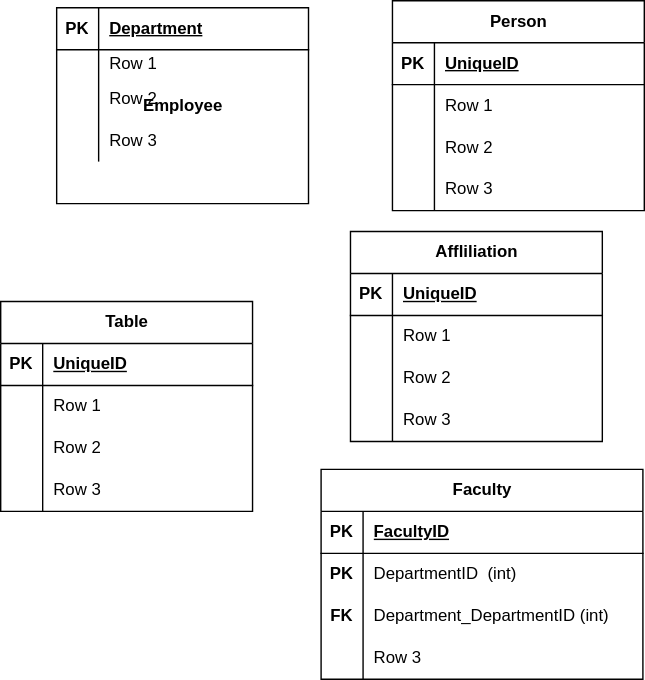
Above: Untitled Diagram.drawio.svg in Priscile2/Diagrams (draw.io), before the change. Source tidied: cells renumbered, new cells last; positions are measured from the earlier drawing's top-left corner, leaving out a move shared by most shapes. The source it was exported from:
```xml
<mxGraphModel>
  <root>
    <mxCell id="0" />
    <mxCell id="1" parent="0" />
    <mxCell id="2" value="Employee" style="shape=table;startSize=0;rowLines=0;fontStyle=1;align=center;html=1;" parent="1" vertex="1">
      <mxGeometry x="40" y="5" width="180" height="140" as="geometry" />
    </mxCell>
    <mxCell id="3" style="shape=tableRow;horizontal=0;startSize=0;swimlaneHead=0;swimlaneBody=0;fillColor=none;top=0;left=0;right=0;bottom=1;" parent="2" vertex="1">
      <mxGeometry width="180" height="30" as="geometry" />
    </mxCell>
    <mxCell id="4" value="PK" style="shape=partialRectangle;fillColor=none;top=0;left=0;bottom=0;right=0;fontStyle=1;overflow=hidden;whiteSpace=wrap;html=1;" parent="3" vertex="1">
      <mxGeometry width="30" height="30" as="geometry" />
    </mxCell>
    <mxCell id="5" value="Department" style="shape=partialRectangle;fillColor=none;top=0;left=0;bottom=0;right=0;align=left;spacingLeft=6;fontStyle=5;overflow=hidden;whiteSpace=wrap;html=1;" parent="3" vertex="1">
      <mxGeometry x="30" width="150" height="30" as="geometry" />
    </mxCell>
    <mxCell id="6" style="shape=tableRow;horizontal=0;startSize=0;swimlaneHead=0;swimlaneBody=0;fillColor=none;top=0;left=0;right=0;bottom=0;" parent="2" vertex="1">
      <mxGeometry y="30" width="180" height="20" as="geometry" />
    </mxCell>
    <mxCell id="7" style="shape=partialRectangle;fillColor=none;top=0;left=0;bottom=0;right=0;overflow=hidden;whiteSpace=wrap;html=1;" parent="6" vertex="1">
      <mxGeometry width="30" height="20" as="geometry" />
    </mxCell>
    <mxCell id="8" value="Row 1" style="shape=partialRectangle;fillColor=none;top=0;left=0;bottom=0;right=0;align=left;spacingLeft=6;overflow=hidden;whiteSpace=wrap;html=1;" parent="6" vertex="1">
      <mxGeometry x="30" width="150" height="20" as="geometry" />
    </mxCell>
    <mxCell id="9" style="shape=tableRow;horizontal=0;startSize=0;swimlaneHead=0;swimlaneBody=0;fillColor=none;top=0;left=0;right=0;bottom=0;" parent="2" vertex="1">
      <mxGeometry y="50" width="180" height="30" as="geometry" />
    </mxCell>
    <mxCell id="10" style="shape=partialRectangle;fillColor=none;top=0;left=0;bottom=0;right=0;overflow=hidden;whiteSpace=wrap;html=1;" parent="9" vertex="1">
      <mxGeometry width="30" height="30" as="geometry" />
    </mxCell>
    <mxCell id="11" value="Row 2" style="shape=partialRectangle;fillColor=none;top=0;left=0;bottom=0;right=0;align=left;spacingLeft=6;overflow=hidden;whiteSpace=wrap;html=1;" parent="9" vertex="1">
      <mxGeometry x="30" width="150" height="30" as="geometry" />
    </mxCell>
    <mxCell id="12" style="shape=tableRow;horizontal=0;startSize=0;swimlaneHead=0;swimlaneBody=0;fillColor=none;top=0;left=0;right=0;bottom=0;" parent="2" vertex="1">
      <mxGeometry y="80" width="180" height="30" as="geometry" />
    </mxCell>
    <mxCell id="13" style="shape=partialRectangle;fillColor=none;top=0;left=0;bottom=0;right=0;overflow=hidden;whiteSpace=wrap;html=1;" parent="12" vertex="1">
      <mxGeometry width="30" height="30" as="geometry" />
    </mxCell>
    <mxCell id="14" value="Row 3" style="shape=partialRectangle;fillColor=none;top=0;left=0;bottom=0;right=0;align=left;spacingLeft=6;overflow=hidden;whiteSpace=wrap;html=1;" parent="12" vertex="1">
      <mxGeometry x="30" width="150" height="30" as="geometry" />
    </mxCell>
    <mxCell id="15" value="Person" style="shape=table;startSize=30;rowLines=0;fontStyle=1;align=center;html=1;" parent="1" vertex="1">
      <mxGeometry x="280" width="180" height="150" as="geometry" />
    </mxCell>
    <mxCell id="16" style="shape=tableRow;horizontal=0;startSize=0;swimlaneHead=0;swimlaneBody=0;fillColor=none;top=0;left=0;right=0;bottom=1;" parent="15" vertex="1">
      <mxGeometry y="30" width="180" height="30" as="geometry" />
    </mxCell>
    <mxCell id="17" value="PK" style="shape=partialRectangle;fillColor=none;top=0;left=0;bottom=0;right=0;fontStyle=1;overflow=hidden;whiteSpace=wrap;html=1;" parent="16" vertex="1">
      <mxGeometry width="30" height="30" as="geometry" />
    </mxCell>
    <mxCell id="18" value="UniqueID" style="shape=partialRectangle;fillColor=none;top=0;left=0;bottom=0;right=0;align=left;spacingLeft=6;fontStyle=5;overflow=hidden;whiteSpace=wrap;html=1;" parent="16" vertex="1">
      <mxGeometry x="30" width="150" height="30" as="geometry" />
    </mxCell>
    <mxCell id="19" style="shape=tableRow;horizontal=0;startSize=0;swimlaneHead=0;swimlaneBody=0;fillColor=none;top=0;left=0;right=0;bottom=0;" parent="15" vertex="1">
      <mxGeometry y="60" width="180" height="30" as="geometry" />
    </mxCell>
    <mxCell id="20" style="shape=partialRectangle;fillColor=none;top=0;left=0;bottom=0;right=0;overflow=hidden;whiteSpace=wrap;html=1;" parent="19" vertex="1">
      <mxGeometry width="30" height="30" as="geometry" />
    </mxCell>
    <mxCell id="21" value="Row 1" style="shape=partialRectangle;fillColor=none;top=0;left=0;bottom=0;right=0;align=left;spacingLeft=6;overflow=hidden;whiteSpace=wrap;html=1;" parent="19" vertex="1">
      <mxGeometry x="30" width="150" height="30" as="geometry" />
    </mxCell>
    <mxCell id="22" style="shape=tableRow;horizontal=0;startSize=0;swimlaneHead=0;swimlaneBody=0;fillColor=none;top=0;left=0;right=0;bottom=0;" parent="15" vertex="1">
      <mxGeometry y="90" width="180" height="30" as="geometry" />
    </mxCell>
    <mxCell id="23" style="shape=partialRectangle;fillColor=none;top=0;left=0;bottom=0;right=0;overflow=hidden;whiteSpace=wrap;html=1;" parent="22" vertex="1">
      <mxGeometry width="30" height="30" as="geometry" />
    </mxCell>
    <mxCell id="24" value="Row 2" style="shape=partialRectangle;fillColor=none;top=0;left=0;bottom=0;right=0;align=left;spacingLeft=6;overflow=hidden;whiteSpace=wrap;html=1;" parent="22" vertex="1">
      <mxGeometry x="30" width="150" height="30" as="geometry" />
    </mxCell>
    <mxCell id="25" style="shape=tableRow;horizontal=0;startSize=0;swimlaneHead=0;swimlaneBody=0;fillColor=none;top=0;left=0;right=0;bottom=0;" parent="15" vertex="1">
      <mxGeometry y="120" width="180" height="30" as="geometry" />
    </mxCell>
    <mxCell id="26" style="shape=partialRectangle;fillColor=none;top=0;left=0;bottom=0;right=0;overflow=hidden;whiteSpace=wrap;html=1;" parent="25" vertex="1">
      <mxGeometry width="30" height="30" as="geometry" />
    </mxCell>
    <mxCell id="27" value="Row 3" style="shape=partialRectangle;fillColor=none;top=0;left=0;bottom=0;right=0;align=left;spacingLeft=6;overflow=hidden;whiteSpace=wrap;html=1;" parent="25" vertex="1">
      <mxGeometry x="30" width="150" height="30" as="geometry" />
    </mxCell>
    <mxCell id="28" value="Affliliation" style="shape=table;startSize=30;rowLines=0;fontStyle=1;align=center;html=1;" parent="1" vertex="1">
      <mxGeometry x="250" y="165" width="180" height="150" as="geometry" />
    </mxCell>
    <mxCell id="29" style="shape=tableRow;horizontal=0;startSize=0;swimlaneHead=0;swimlaneBody=0;fillColor=none;top=0;left=0;right=0;bottom=1;" parent="28" vertex="1">
      <mxGeometry y="30" width="180" height="30" as="geometry" />
    </mxCell>
    <mxCell id="30" value="PK" style="shape=partialRectangle;fillColor=none;top=0;left=0;bottom=0;right=0;fontStyle=1;overflow=hidden;whiteSpace=wrap;html=1;" parent="29" vertex="1">
      <mxGeometry width="30" height="30" as="geometry" />
    </mxCell>
    <mxCell id="31" value="UniqueID" style="shape=partialRectangle;fillColor=none;top=0;left=0;bottom=0;right=0;align=left;spacingLeft=6;fontStyle=5;overflow=hidden;whiteSpace=wrap;html=1;" parent="29" vertex="1">
      <mxGeometry x="30" width="150" height="30" as="geometry" />
    </mxCell>
    <mxCell id="32" style="shape=tableRow;horizontal=0;startSize=0;swimlaneHead=0;swimlaneBody=0;fillColor=none;top=0;left=0;right=0;bottom=0;" parent="28" vertex="1">
      <mxGeometry y="60" width="180" height="30" as="geometry" />
    </mxCell>
    <mxCell id="33" style="shape=partialRectangle;fillColor=none;top=0;left=0;bottom=0;right=0;overflow=hidden;whiteSpace=wrap;html=1;" parent="32" vertex="1">
      <mxGeometry width="30" height="30" as="geometry" />
    </mxCell>
    <mxCell id="34" value="Row 1" style="shape=partialRectangle;fillColor=none;top=0;left=0;bottom=0;right=0;align=left;spacingLeft=6;overflow=hidden;whiteSpace=wrap;html=1;" parent="32" vertex="1">
      <mxGeometry x="30" width="150" height="30" as="geometry" />
    </mxCell>
    <mxCell id="35" style="shape=tableRow;horizontal=0;startSize=0;swimlaneHead=0;swimlaneBody=0;fillColor=none;top=0;left=0;right=0;bottom=0;" parent="28" vertex="1">
      <mxGeometry y="90" width="180" height="30" as="geometry" />
    </mxCell>
    <mxCell id="36" style="shape=partialRectangle;fillColor=none;top=0;left=0;bottom=0;right=0;overflow=hidden;whiteSpace=wrap;html=1;" parent="35" vertex="1">
      <mxGeometry width="30" height="30" as="geometry" />
    </mxCell>
    <mxCell id="37" value="Row 2" style="shape=partialRectangle;fillColor=none;top=0;left=0;bottom=0;right=0;align=left;spacingLeft=6;overflow=hidden;whiteSpace=wrap;html=1;" parent="35" vertex="1">
      <mxGeometry x="30" width="150" height="30" as="geometry" />
    </mxCell>
    <mxCell id="38" style="shape=tableRow;horizontal=0;startSize=0;swimlaneHead=0;swimlaneBody=0;fillColor=none;top=0;left=0;right=0;bottom=0;" parent="28" vertex="1">
      <mxGeometry y="120" width="180" height="30" as="geometry" />
    </mxCell>
    <mxCell id="39" style="shape=partialRectangle;fillColor=none;top=0;left=0;bottom=0;right=0;overflow=hidden;whiteSpace=wrap;html=1;" parent="38" vertex="1">
      <mxGeometry width="30" height="30" as="geometry" />
    </mxCell>
    <mxCell id="40" value="Row 3" style="shape=partialRectangle;fillColor=none;top=0;left=0;bottom=0;right=0;align=left;spacingLeft=6;overflow=hidden;whiteSpace=wrap;html=1;" parent="38" vertex="1">
      <mxGeometry x="30" width="150" height="30" as="geometry" />
    </mxCell>
    <mxCell id="41" value="Table" style="shape=table;startSize=30;rowLines=0;fontStyle=1;align=center;html=1;" parent="1" vertex="1">
      <mxGeometry y="215" width="180" height="150" as="geometry" />
    </mxCell>
    <mxCell id="42" style="shape=tableRow;horizontal=0;startSize=0;swimlaneHead=0;swimlaneBody=0;fillColor=none;top=0;left=0;right=0;bottom=1;" parent="41" vertex="1">
      <mxGeometry y="30" width="180" height="30" as="geometry" />
    </mxCell>
    <mxCell id="43" value="PK" style="shape=partialRectangle;fillColor=none;top=0;left=0;bottom=0;right=0;fontStyle=1;overflow=hidden;whiteSpace=wrap;html=1;" parent="42" vertex="1">
      <mxGeometry width="30" height="30" as="geometry" />
    </mxCell>
    <mxCell id="44" value="UniqueID" style="shape=partialRectangle;fillColor=none;top=0;left=0;bottom=0;right=0;align=left;spacingLeft=6;fontStyle=5;overflow=hidden;whiteSpace=wrap;html=1;" parent="42" vertex="1">
      <mxGeometry x="30" width="150" height="30" as="geometry" />
    </mxCell>
    <mxCell id="45" style="shape=tableRow;horizontal=0;startSize=0;swimlaneHead=0;swimlaneBody=0;fillColor=none;top=0;left=0;right=0;bottom=0;" parent="41" vertex="1">
      <mxGeometry y="60" width="180" height="30" as="geometry" />
    </mxCell>
    <mxCell id="46" style="shape=partialRectangle;fillColor=none;top=0;left=0;bottom=0;right=0;overflow=hidden;whiteSpace=wrap;html=1;" parent="45" vertex="1">
      <mxGeometry width="30" height="30" as="geometry" />
    </mxCell>
    <mxCell id="47" value="Row 1" style="shape=partialRectangle;fillColor=none;top=0;left=0;bottom=0;right=0;align=left;spacingLeft=6;overflow=hidden;whiteSpace=wrap;html=1;" parent="45" vertex="1">
      <mxGeometry x="30" width="150" height="30" as="geometry" />
    </mxCell>
    <mxCell id="48" style="shape=tableRow;horizontal=0;startSize=0;swimlaneHead=0;swimlaneBody=0;fillColor=none;top=0;left=0;right=0;bottom=0;" parent="41" vertex="1">
      <mxGeometry y="90" width="180" height="30" as="geometry" />
    </mxCell>
    <mxCell id="49" style="shape=partialRectangle;fillColor=none;top=0;left=0;bottom=0;right=0;overflow=hidden;whiteSpace=wrap;html=1;" parent="48" vertex="1">
      <mxGeometry width="30" height="30" as="geometry" />
    </mxCell>
    <mxCell id="50" value="Row 2" style="shape=partialRectangle;fillColor=none;top=0;left=0;bottom=0;right=0;align=left;spacingLeft=6;overflow=hidden;whiteSpace=wrap;html=1;" parent="48" vertex="1">
      <mxGeometry x="30" width="150" height="30" as="geometry" />
    </mxCell>
    <mxCell id="51" style="shape=tableRow;horizontal=0;startSize=0;swimlaneHead=0;swimlaneBody=0;fillColor=none;top=0;left=0;right=0;bottom=0;" parent="41" vertex="1">
      <mxGeometry y="120" width="180" height="30" as="geometry" />
    </mxCell>
    <mxCell id="52" style="shape=partialRectangle;fillColor=none;top=0;left=0;bottom=0;right=0;overflow=hidden;whiteSpace=wrap;html=1;" parent="51" vertex="1">
      <mxGeometry width="30" height="30" as="geometry" />
    </mxCell>
    <mxCell id="53" value="Row 3" style="shape=partialRectangle;fillColor=none;top=0;left=0;bottom=0;right=0;align=left;spacingLeft=6;overflow=hidden;whiteSpace=wrap;html=1;" parent="51" vertex="1">
      <mxGeometry x="30" width="150" height="30" as="geometry" />
    </mxCell>
    <mxCell id="54" value="Faculty" style="shape=table;startSize=30;rowLines=0;fontStyle=1;align=center;html=1;" parent="1" vertex="1">
      <mxGeometry x="229" y="335" width="230" height="150" as="geometry" />
    </mxCell>
    <mxCell id="55" style="shape=tableRow;horizontal=0;startSize=0;swimlaneHead=0;swimlaneBody=0;fillColor=none;top=0;left=0;right=0;bottom=1;" parent="54" vertex="1">
      <mxGeometry y="30" width="230" height="30" as="geometry" />
    </mxCell>
    <mxCell id="56" value="PK" style="shape=partialRectangle;fillColor=none;top=0;left=0;bottom=0;right=0;fontStyle=1;overflow=hidden;whiteSpace=wrap;html=1;" parent="55" vertex="1">
      <mxGeometry width="30" height="30" as="geometry" />
    </mxCell>
    <mxCell id="57" value="FacultyID" style="shape=partialRectangle;fillColor=none;top=0;left=0;bottom=0;right=0;align=left;spacingLeft=6;fontStyle=5;overflow=hidden;whiteSpace=wrap;html=1;" parent="55" vertex="1">
      <mxGeometry x="30" width="200" height="30" as="geometry" />
    </mxCell>
    <mxCell id="58" style="shape=tableRow;horizontal=0;startSize=0;swimlaneHead=0;swimlaneBody=0;fillColor=none;top=0;left=0;right=0;bottom=0;" parent="54" vertex="1">
      <mxGeometry y="60" width="230" height="30" as="geometry" />
    </mxCell>
    <mxCell id="59" value="&lt;b&gt;PK&lt;/b&gt;" style="shape=partialRectangle;fillColor=none;top=0;left=0;bottom=0;right=0;overflow=hidden;whiteSpace=wrap;html=1;" parent="58" vertex="1">
      <mxGeometry width="30" height="30" as="geometry" />
    </mxCell>
    <mxCell id="60" value="DepartmentID&amp;nbsp; (int)" style="shape=partialRectangle;fillColor=none;top=0;left=0;bottom=0;right=0;align=left;spacingLeft=6;overflow=hidden;whiteSpace=wrap;html=1;" parent="58" vertex="1">
      <mxGeometry x="30" width="200" height="30" as="geometry" />
    </mxCell>
    <mxCell id="61" style="shape=tableRow;horizontal=0;startSize=0;swimlaneHead=0;swimlaneBody=0;fillColor=none;top=0;left=0;right=0;bottom=0;" parent="54" vertex="1">
      <mxGeometry y="90" width="230" height="30" as="geometry" />
    </mxCell>
    <mxCell id="62" value="&lt;b&gt;FK&lt;/b&gt;" style="shape=partialRectangle;fillColor=none;top=0;left=0;bottom=0;right=0;overflow=hidden;whiteSpace=wrap;html=1;" parent="61" vertex="1">
      <mxGeometry width="30" height="30" as="geometry" />
    </mxCell>
    <mxCell id="63" value="Department_DepartmentID (int)" style="shape=partialRectangle;fillColor=none;top=0;left=0;bottom=0;right=0;align=left;spacingLeft=6;overflow=hidden;whiteSpace=wrap;html=1;" parent="61" vertex="1">
      <mxGeometry x="30" width="200" height="30" as="geometry" />
    </mxCell>
    <mxCell id="64" style="shape=tableRow;horizontal=0;startSize=0;swimlaneHead=0;swimlaneBody=0;fillColor=none;top=0;left=0;right=0;bottom=0;" parent="54" vertex="1">
      <mxGeometry y="120" width="230" height="30" as="geometry" />
    </mxCell>
    <mxCell id="65" style="shape=partialRectangle;fillColor=none;top=0;left=0;bottom=0;right=0;overflow=hidden;whiteSpace=wrap;html=1;" parent="64" vertex="1">
      <mxGeometry width="30" height="30" as="geometry" />
    </mxCell>
    <mxCell id="66" value="Row 3" style="shape=partialRectangle;fillColor=none;top=0;left=0;bottom=0;right=0;align=left;spacingLeft=6;overflow=hidden;whiteSpace=wrap;html=1;" parent="64" vertex="1">
      <mxGeometry x="30" width="200" height="30" as="geometry" />
    </mxCell>
  </root>
</mxGraphModel>
```
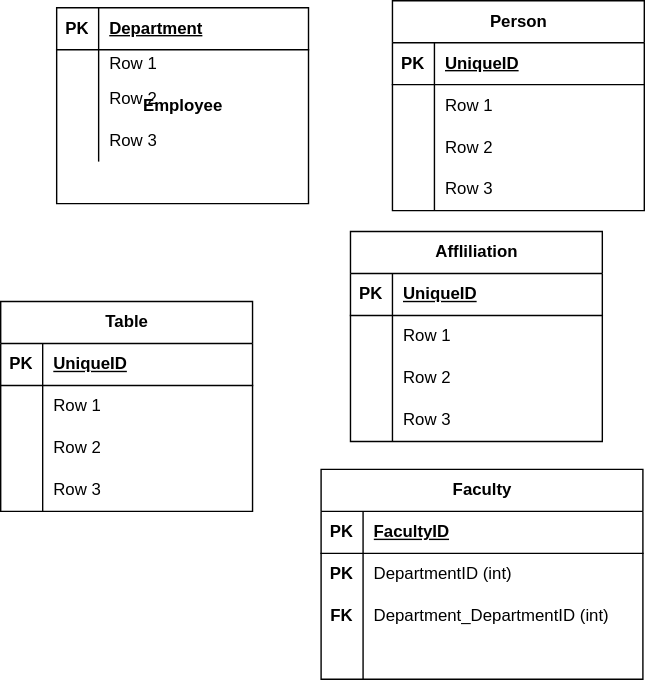
After the change.

The edit, as a diff of the source:
```diff
@@ -176,7 +176,7 @@
     <mxCell id="59" value="&lt;b&gt;PK&lt;/b&gt;" style="shape=partialRectangle;fillColor=none;top=0;left=0;bottom=0;right=0;overflow=hidden;whiteSpace=wrap;html=1;" parent="58" vertex="1">
       <mxGeometry width="30" height="30" as="geometry" />
     </mxCell>
-    <mxCell id="60" value="DepartmentID&amp;nbsp; (int)" style="shape=partialRectangle;fillColor=none;top=0;left=0;bottom=0;right=0;align=left;spacingLeft=6;overflow=hidden;whiteSpace=wrap;html=1;" parent="58" vertex="1">
+    <mxCell id="60" value="DepartmentID (int)" style="shape=partialRectangle;fillColor=none;top=0;left=0;bottom=0;right=0;align=left;spacingLeft=6;overflow=hidden;whiteSpace=wrap;html=1;" parent="58" vertex="1">
       <mxGeometry x="30" width="200" height="30" as="geometry" />
     </mxCell>
     <mxCell id="61" style="shape=tableRow;horizontal=0;startSize=0;swimlaneHead=0;swimlaneBody=0;fillColor=none;top=0;left=0;right=0;bottom=0;" parent="54" vertex="1">
@@ -194,7 +194,7 @@
     <mxCell id="65" style="shape=partialRectangle;fillColor=none;top=0;left=0;bottom=0;right=0;overflow=hidden;whiteSpace=wrap;html=1;" parent="64" vertex="1">
       <mxGeometry width="30" height="30" as="geometry" />
     </mxCell>
-    <mxCell id="66" value="Row 3" style="shape=partialRectangle;fillColor=none;top=0;left=0;bottom=0;right=0;align=left;spacingLeft=6;overflow=hidden;whiteSpace=wrap;html=1;" parent="64" vertex="1">
+    <mxCell id="66" style="shape=partialRectangle;fillColor=none;top=0;left=0;bottom=0;right=0;align=left;spacingLeft=6;overflow=hidden;whiteSpace=wrap;html=1;" parent="64" vertex="1">
       <mxGeometry x="30" width="200" height="30" as="geometry" />
     </mxCell>
   </root>
```
